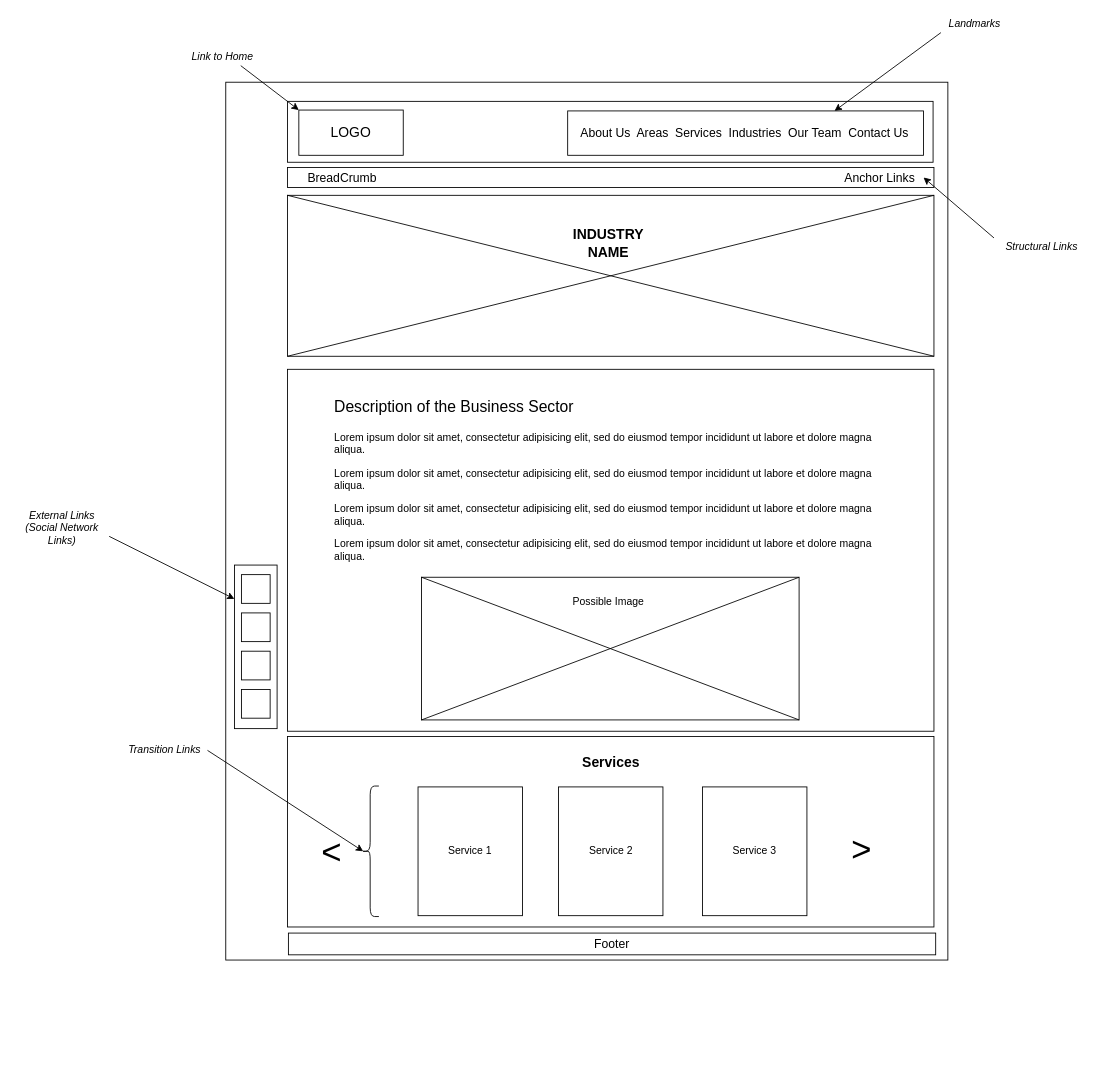
The draw.io diagram Design Documents/Wireframes/Industries.drawio in manzomanze/HypermediaApplicationsProject-Manzella-Messuti-Pelagatti-Pellizzer, before the edit. Source tidied: cells renumbered, new cells numbered last; positions are measured from the earlier drawing's top-left corner, leaving out a move shared by most shapes. Both pictures are drawn from the tidied source at 87%, with x=0, y=0 at pixel (15, 15).
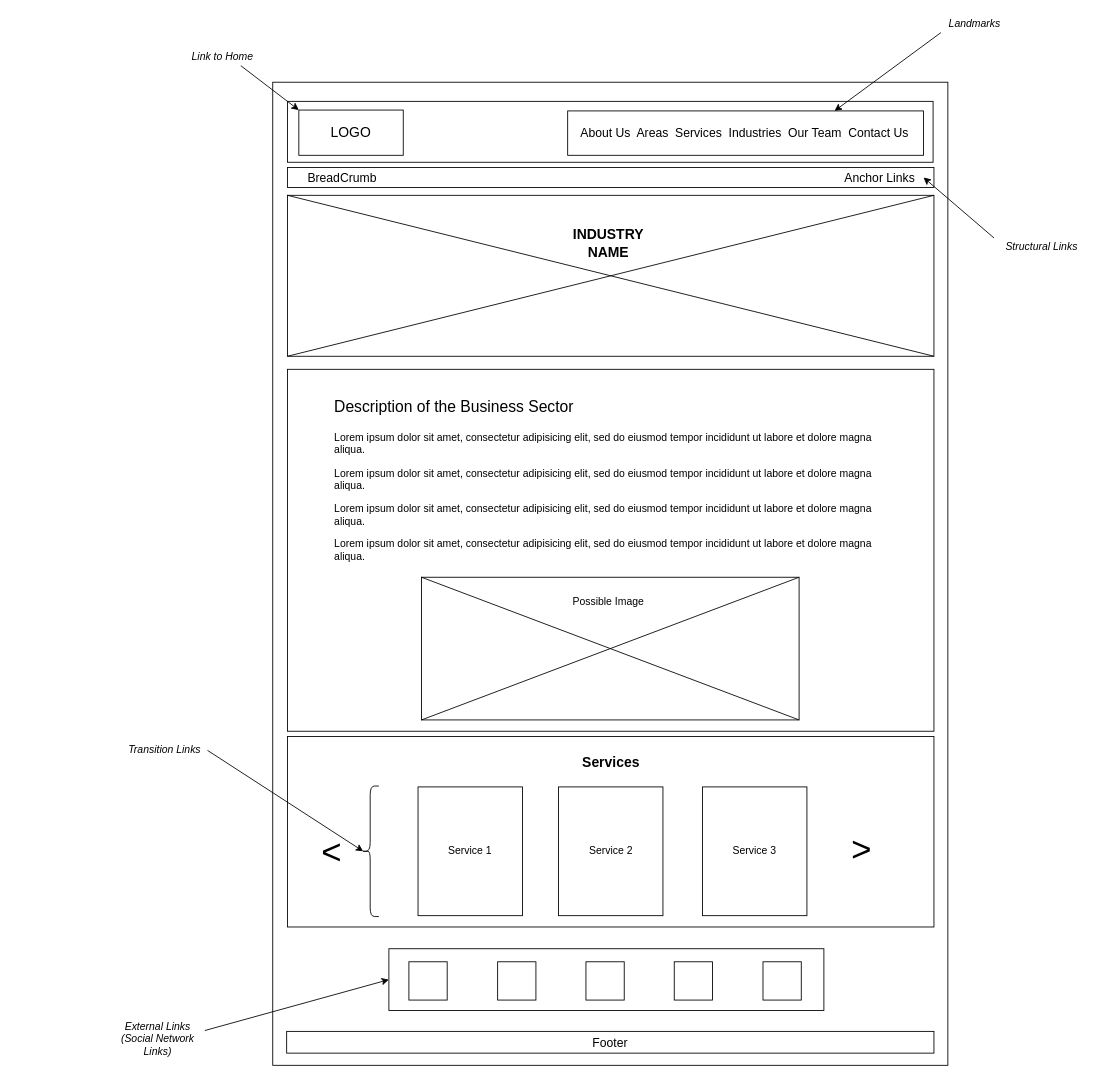
Above is the later version.

The edit, as a diff of the source:
```diff
@@
     <mxCell id="2" style="rounded=0;whiteSpace=wrap;html=1;fillColor=none;" parent="1" vertex="1">
-      <mxGeometry x="242" y="77" width="830" height="1009" as="geometry" />
+      <mxGeometry x="296" y="77" width="776" height="1130" as="geometry" />
     </mxCell>
@@
     <mxCell id="33" value="&lt;font style=&quot;font-size: 14px&quot;&gt;Footer&lt;/font&gt;" style="rounded=0;whiteSpace=wrap;html=1;strokeColor=#000000;fillColor=none;" parent="1" vertex="1">
-      <mxGeometry x="314" y="1055" width="744" height="25" as="geometry" />
+      <mxGeometry x="312" y="1168" width="744" height="25" as="geometry" />
     </mxCell>
-    <mxCell id="34" style="rounded=0;whiteSpace=wrap;html=1;strokeColor=#000000;fillColor=none;" parent="1" vertex="1">
-      <mxGeometry x="252" y="632" width="49" height="188" as="geometry" />
-    </mxCell>
-    <mxCell id="35" style="whiteSpace=wrap;html=1;strokeColor=#000000;fillColor=none;" parent="1" vertex="1">
-      <mxGeometry x="260" y="643" width="33" height="33" as="geometry" />
-    </mxCell>
-    <mxCell id="36" style="whiteSpace=wrap;html=1;strokeColor=#000000;fillColor=none;" parent="1" vertex="1">
-      <mxGeometry x="260" y="687" width="33" height="33" as="geometry" />
-    </mxCell>
-    <mxCell id="37" style="whiteSpace=wrap;html=1;strokeColor=#000000;fillColor=none;" parent="1" vertex="1">
-      <mxGeometry x="260" y="731" width="33" height="33" as="geometry" />
-    </mxCell>
-    <mxCell id="38" style="whiteSpace=wrap;html=1;strokeColor=#000000;fillColor=none;" parent="1" vertex="1">
-      <mxGeometry x="260" y="775" width="33" height="33" as="geometry" />
-    </mxCell>
-    <mxCell id="39" value="&lt;i&gt;External Links (Social Network Links)&lt;/i&gt;" style="text;html=1;strokeColor=none;fillColor=none;align=center;verticalAlign=middle;whiteSpace=wrap;rounded=0;" parent="1" vertex="1">
-      <mxGeometry y="579" width="108" height="20" as="geometry" />
-    </mxCell>
-    <mxCell id="40" style="endArrow=classic;html=1;entryX=0;entryY=0.207;entryDx=0;entryDy=0;entryPerimeter=0;exitX=1;exitY=1;exitDx=0;exitDy=0;" parent="1" edge="1" source="39" target="34">
-      <mxGeometry relative="1" as="geometry" />
-    </mxCell>
@@
+    <mxCell id="39" value="&lt;i&gt;External Links (Social Network Links)&lt;/i&gt;" style="text;html=1;strokeColor=none;fillColor=none;align=center;verticalAlign=middle;whiteSpace=wrap;rounded=0;" parent="1" vertex="1">
+      <mxGeometry x="110" y="1167" width="108" height="20" as="geometry" />
+    </mxCell>
+    <mxCell id="48" style="whiteSpace=wrap;html=1;" parent="1" vertex="1">
+      <mxGeometry x="452.5" y="1088" width="44" height="44" as="geometry" />
+    </mxCell>
+    <mxCell id="49" style="whiteSpace=wrap;html=1;" parent="1" vertex="1">
+      <mxGeometry x="656" y="1088" width="44" height="44" as="geometry" />
+    </mxCell>
+    <mxCell id="50" style="whiteSpace=wrap;html=1;" parent="1" vertex="1">
+      <mxGeometry x="757.5" y="1088" width="44" height="44" as="geometry" />
+    </mxCell>
+    <mxCell id="51" style="whiteSpace=wrap;html=1;" parent="1" vertex="1">
+      <mxGeometry x="554.5" y="1088" width="44" height="44" as="geometry" />
+    </mxCell>
+    <mxCell id="52" style="whiteSpace=wrap;html=1;" parent="1" vertex="1">
+      <mxGeometry x="859.5" y="1088" width="44" height="44" as="geometry" />
+    </mxCell>
+    <mxCell id="53" style="rounded=0;whiteSpace=wrap;html=1;fillColor=none;" parent="1" vertex="1">
+      <mxGeometry x="429.5" y="1073" width="500" height="71" as="geometry" />
+    </mxCell>
+    <mxCell id="54" style="endArrow=classic;html=1;exitX=1;exitY=0;exitDx=0;exitDy=0;entryX=0;entryY=0.5;entryDx=0;entryDy=0;" parent="1" edge="1" source="39" target="53">
+      <mxGeometry relative="1" as="geometry" />
+    </mxCell>
```
